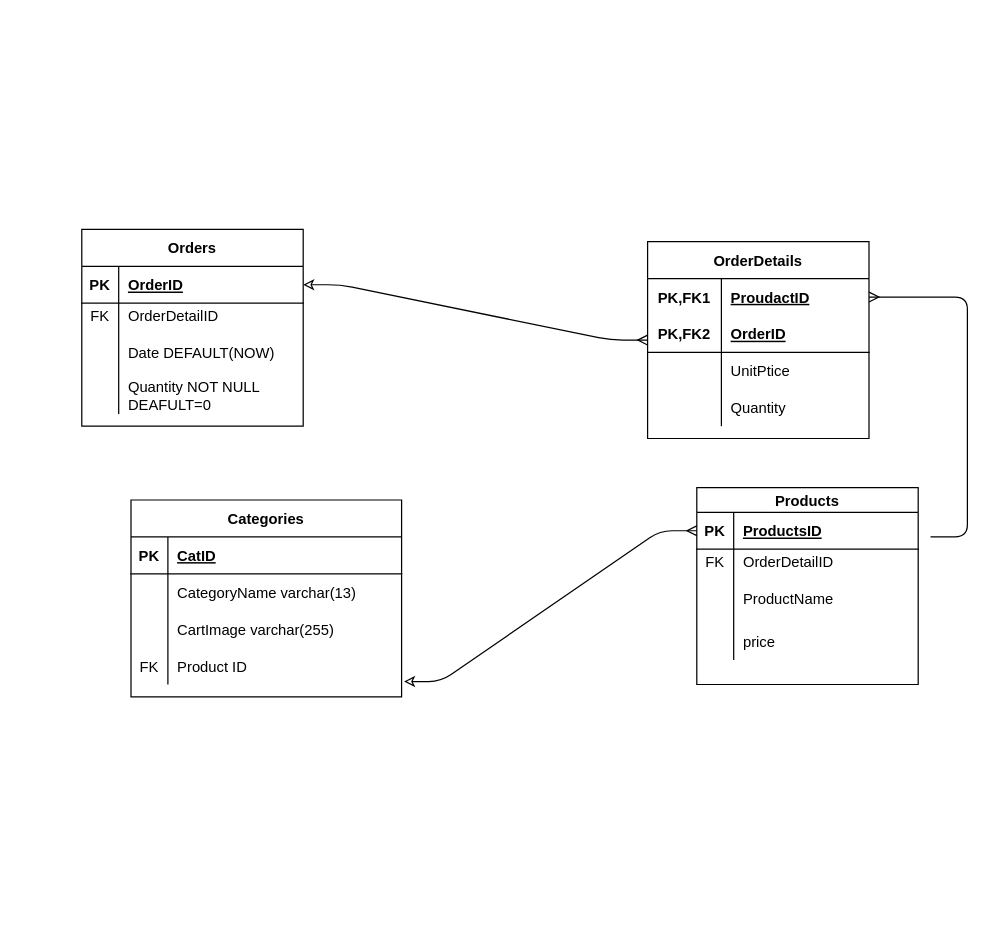
giladdekel/web keeps this draw.io diagram as Untitled Diagram.drawio. Above is the earlier version. Source tidied: cells renumbered, new cells numbered last; positions are measured from the earlier drawing's top-left corner, leaving out a move shared by most shapes. Both pictures are drawn from the tidied source at 123%, with x=0, y=0 at pixel (81, 229).
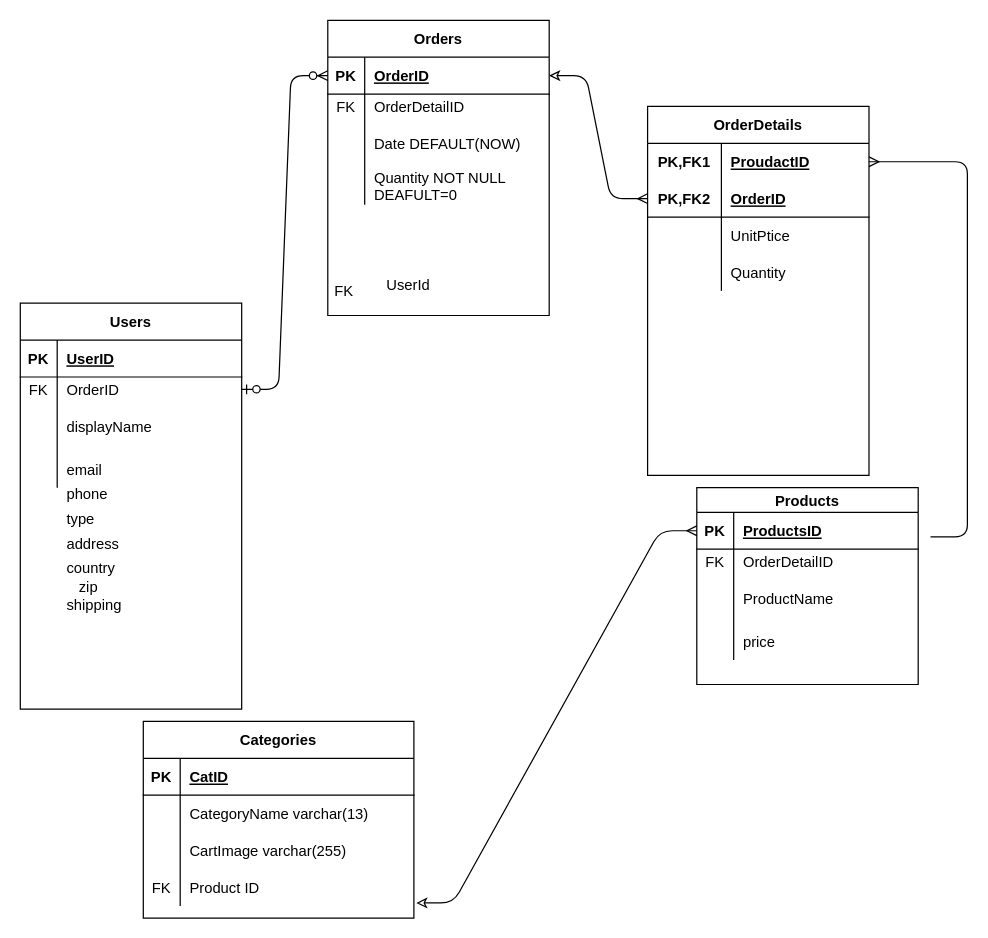
After the change.

The change refers to these unchanged cells:
```xml
<mxCell id="3" style="shape=partialRectangle;fillColor=none;top=0;left=0;bottom=1;right=0;points=[[0,0.5],[1,0.5]];portConstraint=eastwest;" parent="2" vertex="1">
  <mxGeometry y="30" width="180" height="30" as="geometry" />
</mxCell>
<mxCell id="19" style="shape=partialRectangle;fillColor=none;top=0;left=0;bottom=1;right=0;points=[[0,0.5],[1,0.5]];portConstraint=eastwest;" parent="15" vertex="1">
  <mxGeometry y="60" width="180" height="30" as="geometry" />
</mxCell>
```

Change to the diagram source:
```diff
@@
     <mxCell id="2" value="Orders" style="shape=table;startSize=30;childLayout=tableLayout;rowLines=0;fontStyle=1;align=center;" parent="1" vertex="1">
-      <mxGeometry width="180" height="160" as="geometry" />
+      <mxGeometry x="200" y="-170" width="180" height="240" as="geometry" />
     </mxCell>
@@
     <mxCell id="15" value="OrderDetails" style="shape=table;startSize=30;childLayout=tableLayout;rowLines=0;fontStyle=1;align=center;" parent="1" vertex="1">
-      <mxGeometry x="460" y="10" width="180" height="160" as="geometry" />
+      <mxGeometry x="460" y="-100" width="180" height="300" as="geometry" />
     </mxCell>
@@
-    <mxCell id="41" style="edgeStyle=entityRelationEdgeStyle;fontSize=12;html=1;endArrow=ERmany;exitX=1;exitY=0.5;exitDx=0;exitDy=0;startArrow=classic;startFill=0;" parent="1" edge="1" source="3">
-      <mxGeometry relative="1" as="geometry">
-        <mxPoint x="460" y="90" as="targetPoint" />
-      </mxGeometry>
+    <mxCell id="41" style="edgeStyle=entityRelationEdgeStyle;fontSize=12;html=1;endArrow=ERmany;exitX=1;exitY=0.5;exitDx=0;exitDy=0;startArrow=classic;startFill=0;entryX=0;entryY=0.5;entryDx=0;entryDy=0;" parent="1" edge="1" source="3" target="19">
+      <mxGeometry relative="1" as="geometry" />
     </mxCell>
@@
     <mxCell id="43" value="Categories" style="shape=table;startSize=30;childLayout=tableLayout;rowLines=0;fontStyle=1;align=center;" parent="1" vertex="1">
-      <mxGeometry x="40" y="220" width="220" height="160" as="geometry" />
+      <mxGeometry x="50" y="400" width="220" height="160" as="geometry" />
     </mxCell>
@@
+    <mxCell id="57" value="Users" style="shape=table;startSize=30;childLayout=tableLayout;rowLines=0;fontStyle=1;align=center;" parent="1" vertex="1">
+      <mxGeometry x="-50" y="60" width="180" height="330" as="geometry" />
+    </mxCell>
+    <mxCell id="58" style="shape=partialRectangle;fillColor=none;top=0;left=0;bottom=1;right=0;" parent="57" vertex="1">
+      <mxGeometry y="30" width="180" height="30" as="geometry" />
+    </mxCell>
+    <mxCell id="59" value="PK" style="shape=partialRectangle;fillColor=none;top=0;left=0;bottom=0;right=0;fontStyle=1;overflow=hidden;" parent="58" vertex="1">
+      <mxGeometry width="30" height="30" as="geometry" />
+    </mxCell>
+    <mxCell id="60" value="UserID" style="shape=partialRectangle;fillColor=none;top=0;left=0;bottom=0;right=0;align=left;spacingLeft=6;fontStyle=5;overflow=hidden;" parent="58" vertex="1">
+      <mxGeometry x="30" width="150" height="30" as="geometry" />
+    </mxCell>
+    <mxCell id="61" style="shape=partialRectangle;fillColor=none;top=0;left=0;bottom=0;right=0;points=[[0,0.5],[1,0.5]];portConstraint=eastwest;" parent="57" vertex="1">
+      <mxGeometry y="60" width="180" height="20" as="geometry" />
+    </mxCell>
+    <mxCell id="62" value="FK" style="shape=partialRectangle;fillColor=none;top=0;left=0;bottom=0;right=0;overflow=hidden;" parent="61" vertex="1">
+      <mxGeometry width="30" height="20" as="geometry" />
+    </mxCell>
+    <mxCell id="63" value="OrderID" style="shape=partialRectangle;fillColor=none;top=0;left=0;bottom=0;right=0;align=left;spacingLeft=6;overflow=hidden;" parent="61" vertex="1">
+      <mxGeometry x="30" width="150" height="20" as="geometry" />
+    </mxCell>
+    <mxCell id="64" style="shape=partialRectangle;fillColor=none;top=0;left=0;bottom=0;right=0;" parent="57" vertex="1">
+      <mxGeometry y="80" width="180" height="40" as="geometry" />
+    </mxCell>
+    <mxCell id="65" style="shape=partialRectangle;fillColor=none;top=0;left=0;bottom=0;right=0;overflow=hidden;" parent="64" vertex="1">
+      <mxGeometry width="30" height="40" as="geometry" />
+    </mxCell>
+    <mxCell id="66" value="displayName" style="shape=partialRectangle;fillColor=none;top=0;left=0;bottom=0;right=0;align=left;spacingLeft=6;overflow=hidden;" parent="64" vertex="1">
+      <mxGeometry x="30" width="150" height="40" as="geometry" />
+    </mxCell>
+    <mxCell id="67" style="shape=partialRectangle;fillColor=none;top=0;left=0;bottom=0;right=0;" parent="57" vertex="1">
+      <mxGeometry y="120" width="180" height="30" as="geometry" />
+    </mxCell>
+    <mxCell id="68" style="shape=partialRectangle;fillColor=none;top=0;left=0;bottom=0;right=0;overflow=hidden;" parent="67" vertex="1">
+      <mxGeometry width="30" height="30" as="geometry" />
+    </mxCell>
+    <mxCell id="69" value="email" style="shape=partialRectangle;fillColor=none;top=0;left=0;bottom=0;right=0;align=left;spacingLeft=6;overflow=hidden;" parent="67" vertex="1">
+      <mxGeometry x="30" width="150" height="30" as="geometry" />
+    </mxCell>
+    <mxCell id="70" value="UserId " style="shape=partialRectangle;fillColor=none;top=0;left=0;bottom=0;right=0;align=left;spacingLeft=6;overflow=hidden;" parent="1" vertex="1">
+      <mxGeometry x="240" y="30" width="120" height="30" as="geometry" />
+    </mxCell>
+    <mxCell id="71" value="FK " style="shape=partialRectangle;fillColor=none;top=0;left=0;bottom=0;right=0;overflow=hidden;" parent="1" vertex="1">
+      <mxGeometry x="200" y="40" width="30" height="20" as="geometry" />
+    </mxCell>
+    <mxCell id="72" style="edgeStyle=entityRelationEdgeStyle;fontSize=12;html=1;endArrow=ERzeroToMany;startArrow=ERzeroToOne;exitX=1;exitY=0.5;exitDx=0;exitDy=0;entryX=0;entryY=0.5;entryDx=0;entryDy=0;" parent="1" edge="1" source="61" target="3">
+      <mxGeometry relative="1" as="geometry" />
+    </mxCell>
+    <mxCell id="73" style="shape=partialRectangle;fillColor=none;top=0;left=0;bottom=0;right=0;" parent="1" vertex="1">
+      <mxGeometry x="-50" y="200" width="180" height="30" as="geometry" />
+    </mxCell>
+    <mxCell id="74" style="shape=partialRectangle;fillColor=none;top=0;left=0;bottom=0;right=0;overflow=hidden;" parent="73" vertex="1">
+      <mxGeometry width="30" height="30" as="geometry" />
+    </mxCell>
+    <mxCell id="75" value="phone" style="shape=partialRectangle;fillColor=none;top=0;left=0;bottom=0;right=0;align=left;spacingLeft=6;overflow=hidden;" parent="73" vertex="1">
+      <mxGeometry x="30" width="150" height="30" as="geometry" />
+    </mxCell>
+    <mxCell id="76" style="shape=partialRectangle;fillColor=none;top=0;left=0;bottom=0;right=0;" parent="1" vertex="1">
+      <mxGeometry x="-50" y="220" width="180" height="30" as="geometry" />
+    </mxCell>
+    <mxCell id="77" style="shape=partialRectangle;fillColor=none;top=0;left=0;bottom=0;right=0;overflow=hidden;" parent="76" vertex="1">
+      <mxGeometry width="30" height="30" as="geometry" />
+    </mxCell>
+    <mxCell id="78" value="type" style="shape=partialRectangle;fillColor=none;top=0;left=0;bottom=0;right=0;align=left;spacingLeft=6;overflow=hidden;" parent="76" vertex="1">
+      <mxGeometry x="30" width="150" height="30" as="geometry" />
+    </mxCell>
+    <mxCell id="79" style="shape=partialRectangle;fillColor=none;top=0;left=0;bottom=0;right=0;" parent="1" vertex="1">
+      <mxGeometry x="-50" y="240" width="180" height="30" as="geometry" />
+    </mxCell>
+    <mxCell id="80" style="shape=partialRectangle;fillColor=none;top=0;left=0;bottom=0;right=0;overflow=hidden;" parent="79" vertex="1">
+      <mxGeometry width="30" height="30" as="geometry" />
+    </mxCell>
+    <mxCell id="81" value="address " style="shape=partialRectangle;fillColor=none;top=0;left=0;bottom=0;right=0;align=left;spacingLeft=6;overflow=hidden;" parent="79" vertex="1">
+      <mxGeometry x="30" width="150" height="30" as="geometry" />
+    </mxCell>
+    <mxCell id="82" style="shape=partialRectangle;fillColor=none;top=0;left=0;bottom=0;right=0;" parent="1" vertex="1">
+      <mxGeometry x="-50" y="260" width="180" height="30" as="geometry" />
+    </mxCell>
+    <mxCell id="83" style="shape=partialRectangle;fillColor=none;top=0;left=0;bottom=0;right=0;overflow=hidden;" parent="82" vertex="1">
+      <mxGeometry width="30" height="30" as="geometry" />
+    </mxCell>
+    <mxCell id="84" value="country" style="shape=partialRectangle;fillColor=none;top=0;left=0;bottom=0;right=0;align=left;spacingLeft=6;overflow=hidden;" parent="82" vertex="1">
+      <mxGeometry x="30" width="150" height="30" as="geometry" />
+    </mxCell>
+    <mxCell id="85" style="shape=partialRectangle;fillColor=none;top=0;left=0;bottom=0;right=0;" parent="1" vertex="1">
+      <mxGeometry x="-40" y="260" width="180" height="60" as="geometry" />
+    </mxCell>
+    <mxCell id="86" style="shape=partialRectangle;fillColor=none;top=0;left=0;bottom=0;right=0;overflow=hidden;" parent="85" vertex="1">
+      <mxGeometry width="30" height="60" as="geometry" />
+    </mxCell>
+    <mxCell id="87" value="zip" style="shape=partialRectangle;fillColor=none;top=0;left=0;bottom=0;right=0;align=left;spacingLeft=6;overflow=hidden;" parent="85" vertex="1">
+      <mxGeometry x="30" width="150" height="60" as="geometry" />
+    </mxCell>
+    <mxCell id="88" style="shape=partialRectangle;fillColor=none;top=0;left=0;bottom=0;right=0;" parent="1" vertex="1">
+      <mxGeometry x="-50" y="280" width="180" height="50" as="geometry" />
+    </mxCell>
+    <mxCell id="89" style="shape=partialRectangle;fillColor=none;top=0;left=0;bottom=0;right=0;overflow=hidden;" parent="88" vertex="1">
+      <mxGeometry width="30" height="50" as="geometry" />
+    </mxCell>
+    <mxCell id="90" value="shipping" style="shape=partialRectangle;fillColor=none;top=0;left=0;bottom=0;right=0;align=left;spacingLeft=6;overflow=hidden;" parent="88" vertex="1">
+      <mxGeometry x="30" width="150" height="50" as="geometry" />
+    </mxCell>
```
